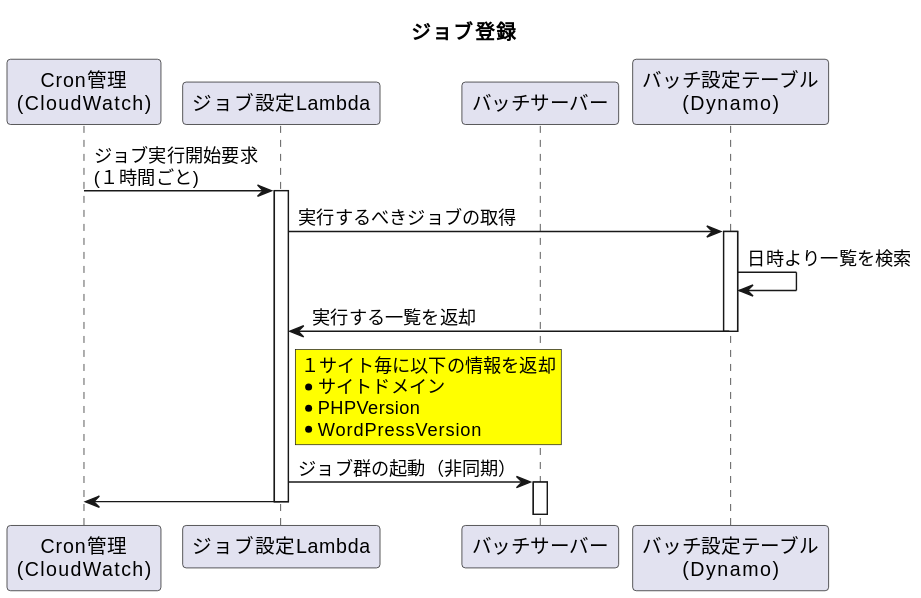
Before: 01_Sequences/02_BlogCreate/02_BlogCreate_Flow/jobRegsitrationFlow.svg, a diagram exported from PlantUML (Sonic-Host/documents).
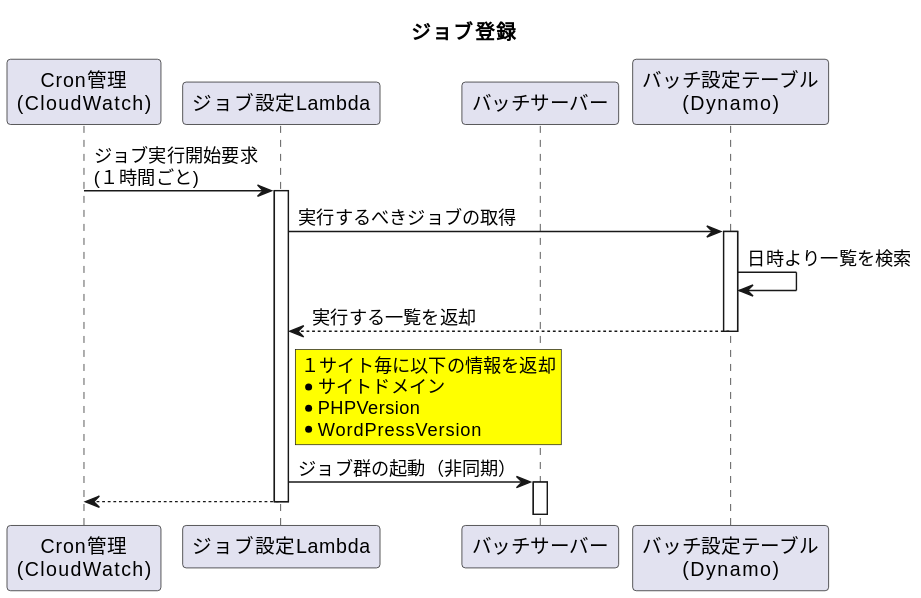
Later version of the same file.

Change to the diagram source:
```diff
@@ -9,7 +9,7 @@
 cron -> jobLambda ++ : ジョブ実行開始要求\n(１時間ごと)
 jobLambda  -> batchSeting ++ : 実行するべきジョブの取得
 batchSeting -> batchSeting : 日時より一覧を検索
-jobLambda <- batchSeting -- : 実行する一覧を返却
+jobLambda <-- batchSeting -- : 実行する一覧を返却
 rnote right of jobLambda #Yellow
     １サイト毎に以下の情報を返却
     * サイトドメイン
@@ -17,5 +17,5 @@
     * WordPressVersion
 end note
 jobLambda -> batch ++ : ジョブ群の起動（非同期）
-cron <- jobLambda --
+cron <-- jobLambda --
 @enduml
```
